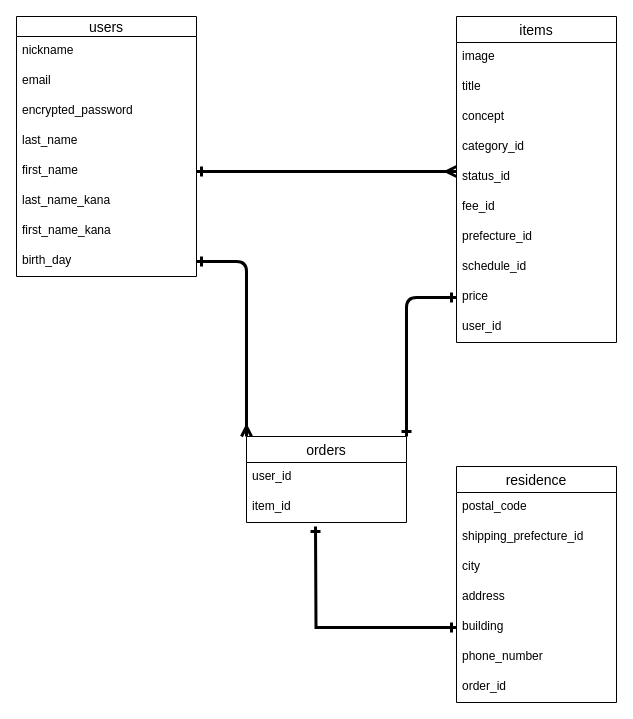
The draw.io diagram furima.dio in kakiti/furima-32074, before the edit. Source tidied: cells renumbered, new cells numbered last; positions are measured from the earlier drawing's top-left corner, leaving out a move shared by most shapes. Both pictures are drawn from the tidied source at 100%, with x=0, y=0 at pixel (16, 16).
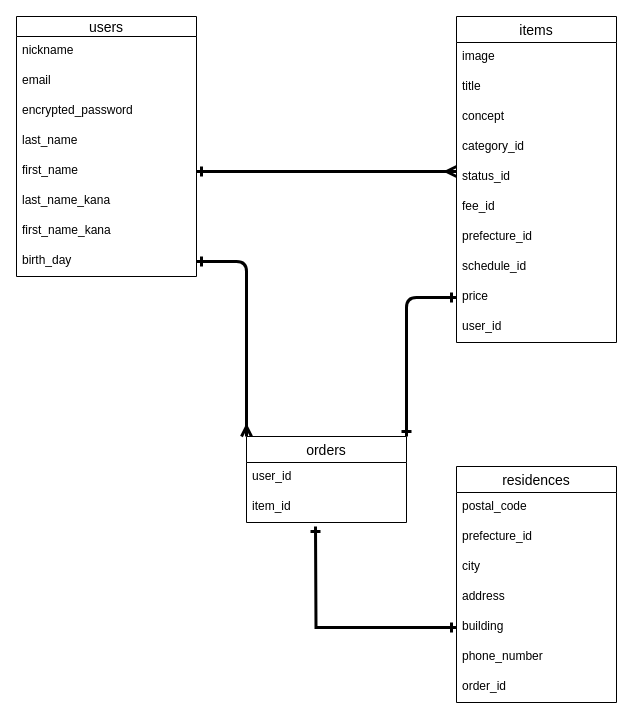
After the change.

The edit, as a diff of the source:
```diff
@@
-    <mxCell id="22" value="residence" style="swimlane;fontStyle=0;horizontal=1;startSize=26;align=center;fontSize=14;" parent="1" vertex="1">
+    <mxCell id="22" value="residences" style="swimlane;fontStyle=0;horizontal=1;startSize=26;align=center;fontSize=14;" parent="1" vertex="1">
       <mxGeometry x="440" y="450" width="160" height="236" as="geometry" />
     </mxCell>
@@
-    <mxCell id="24" value="shipping_prefecture_id" style="text;strokeColor=none;fillColor=none;spacingLeft=4;spacingRight=4;overflow=hidden;fontSize=12;" parent="22" vertex="1">
+    <mxCell id="24" value="prefecture_id" style="text;strokeColor=none;fillColor=none;spacingLeft=4;spacingRight=4;overflow=hidden;fontSize=12;" parent="22" vertex="1">
       <mxGeometry y="56" width="160" height="30" as="geometry" />
     </mxCell>
```
